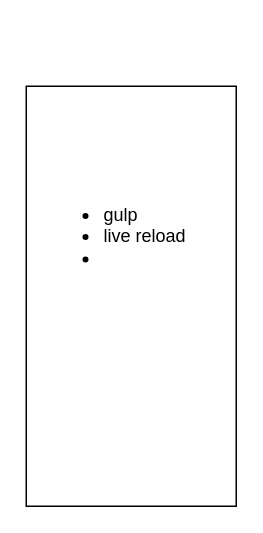
This is Untitled Diagram.drawio from FrancoisTaisne/FORMATION, a draw.io file, before an edit. Source tidied: cells renumbered, new cells numbered last; positions are measured from the earlier drawing's top-left corner, leaving out a move shared by most shapes. Both pictures are drawn from the tidied source at 150%, with x=0, y=0 at pixel (26, 86).
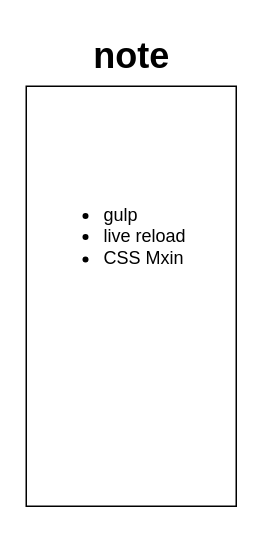
Above is the later version.

The edit, as a diff of the source:
```diff
@@
 <mxGraphModel>
   <root>
     <mxCell id="0" />
     <mxCell id="1" parent="0" />
     <mxCell id="2" style="rounded=0;whiteSpace=wrap;html=1;" parent="1" vertex="1">
       <mxGeometry width="140" height="280" as="geometry" />
     </mxCell>
-    <mxCell id="3" value="&lt;ul&gt;&lt;li&gt;gulp&lt;/li&gt;&lt;li&gt;&lt;span&gt;live reload&lt;/span&gt;&lt;br&gt;&lt;/li&gt;&lt;li&gt;&lt;span&gt;&lt;br&gt;&lt;/span&gt;&lt;/li&gt;&lt;/ul&gt;" style="text;strokeColor=none;fillColor=none;html=1;whiteSpace=wrap;verticalAlign=middle;overflow=hidden;" parent="1" vertex="1">
+    <mxCell id="3" value="&lt;ul&gt;&lt;li&gt;gulp&lt;/li&gt;&lt;li&gt;&lt;span&gt;live reload&lt;/span&gt;&lt;br&gt;&lt;/li&gt;&lt;li&gt;CSS Mxin&lt;/li&gt;&lt;/ul&gt;" style="text;strokeColor=none;fillColor=none;html=1;whiteSpace=wrap;verticalAlign=middle;overflow=hidden;" parent="1" vertex="1">
       <mxGeometry x="10" width="120" height="200" as="geometry" />
     </mxCell>
+    <mxCell id="4" value="note" style="text;strokeColor=none;fillColor=none;html=1;fontSize=24;fontStyle=1;verticalAlign=middle;align=center;" parent="1" vertex="1">
+      <mxGeometry x="20" y="-40" width="100" height="40" as="geometry" />
+    </mxCell>
   </root>
 </mxGraphModel>
```
